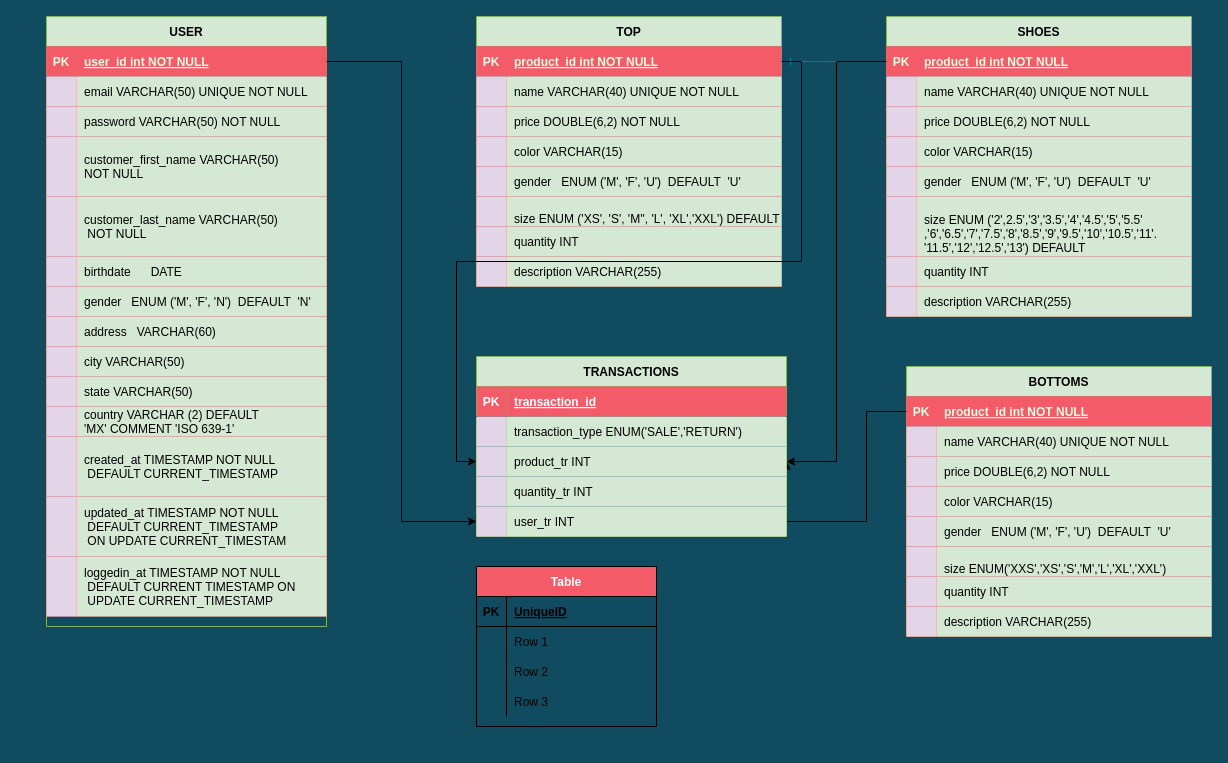
Above: Untitled Diagram.drawio in UTCh-BIS-Team/Entity-Relationship-Model (draw.io), before the change. Source tidied: cells renumbered, new cells numbered last; positions are measured from the earlier drawing's top-left corner, leaving out a move shared by most shapes. Both pictures are drawn from the tidied source at 100%, with x=0, y=0 at pixel (46, 16).
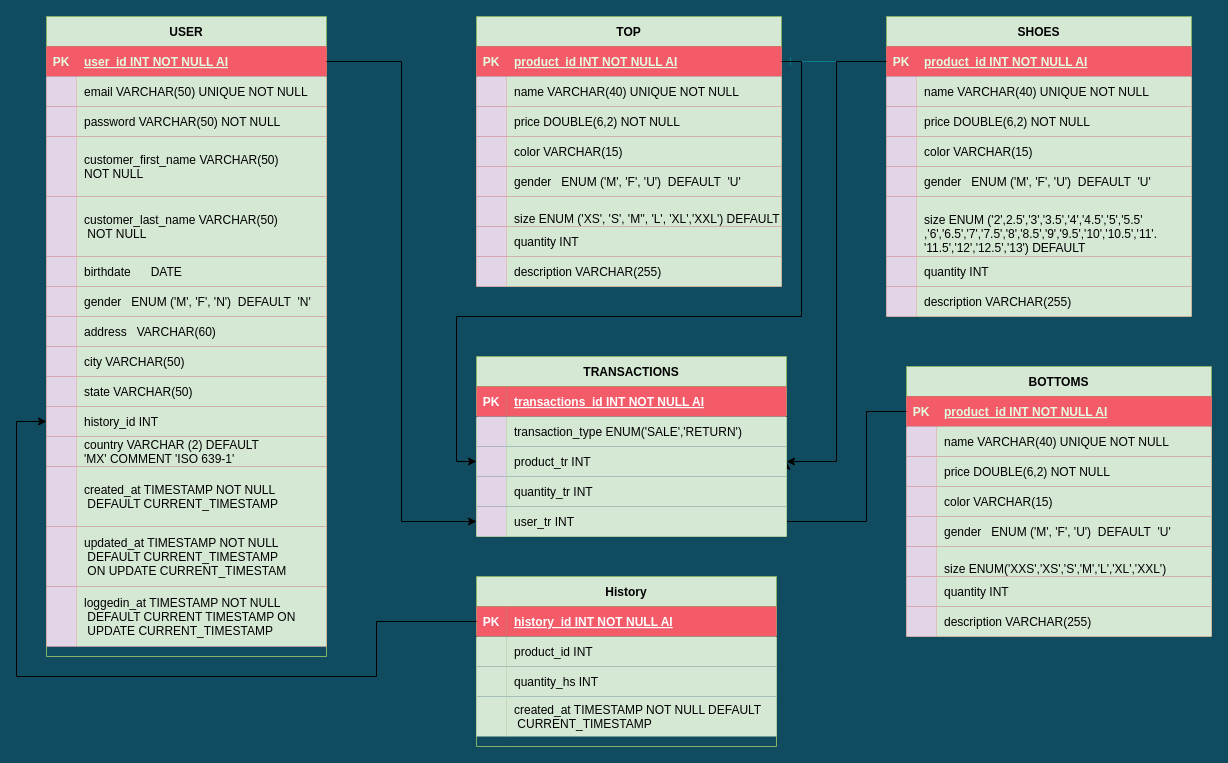
Above is the later version.

Unchanged cells that the change refers to:
```xml
<mxCell id="4" style="shape=partialRectangle;fillColor=#F45B69;points=[[0,0.5],[1,0.5]];portConstraint=eastwest;top=0;left=0;right=0;bottom=1;strokeColor=#028090;fontColor=#E4FDE1;" parent="3" vertex="1">
  <mxGeometry y="30" width="305" height="30" as="geometry" />
</mxCell>
<mxCell id="29" style="shape=partialRectangle;fillColor=#F45B69;points=[[0,0.5],[1,0.5]];portConstraint=eastwest;top=0;left=0;right=0;bottom=1;strokeColor=#028090;fontColor=#E4FDE1;" parent="28" vertex="1">
  <mxGeometry y="30" width="305" height="30" as="geometry" />
</mxCell>
<mxCell id="54" style="shape=partialRectangle;fillColor=#F45B69;points=[[0,0.5],[1,0.5]];portConstraint=eastwest;top=0;left=0;right=0;bottom=1;strokeColor=#028090;fontColor=#E4FDE1;" parent="53" vertex="1">
  <mxGeometry y="30" width="305" height="30" as="geometry" />
</mxCell>
<mxCell id="82" style="shape=partialRectangle;fillColor=#F45B69;points=[[0,0.5],[1,0.5]];portConstraint=eastwest;top=0;left=0;right=0;bottom=1;strokeColor=#028090;fontColor=#E4FDE1;" parent="81" vertex="1">
  <mxGeometry y="30" width="280" height="30" as="geometry" />
</mxCell>
<mxCell id="126" style="shape=partialRectangle;fillColor=none;top=0;left=0;bottom=1;right=0;" parent="125" vertex="1">
  <mxGeometry y="30" width="310" height="30" as="geometry" />
</mxCell>
<mxCell id="132" style="shape=partialRectangle;fillColor=none;top=0;left=0;bottom=0;right=0;points=[[0,0.5],[1,0.5]];portConstraint=eastwest;" parent="125" vertex="1">
  <mxGeometry y="90" width="310" height="30" as="geometry" />
</mxCell>
```

What changed in the source:
```diff
@@
-    <mxCell id="6" value="product_id int NOT NULL " style="shape=partialRectangle;overflow=hidden;top=0;left=0;bottom=0;right=0;align=left;spacingLeft=6;fontStyle=5;strokeColor=#028090;fontColor=#E4FDE1;fillColor=#F45B69;" parent="4" vertex="1">
+    <mxCell id="6" value="product_id INT NOT NULL AI" style="shape=partialRectangle;overflow=hidden;top=0;left=0;bottom=0;right=0;align=left;spacingLeft=6;fontStyle=5;strokeColor=#028090;fontColor=#E4FDE1;fillColor=#F45B69;" parent="4" vertex="1">
       <mxGeometry x="30" width="275" height="30" as="geometry" />
     </mxCell>
@@
-    <mxCell id="31" value="product_id int NOT NULL " style="shape=partialRectangle;overflow=hidden;fillColor=#F45B69;top=0;left=0;bottom=0;right=0;align=left;spacingLeft=6;fontStyle=5;strokeColor=#028090;fontColor=#E4FDE1;" parent="29" vertex="1">
+    <mxCell id="31" value="product_id INT NOT NULL AI" style="shape=partialRectangle;overflow=hidden;fillColor=#F45B69;top=0;left=0;bottom=0;right=0;align=left;spacingLeft=6;fontStyle=5;strokeColor=#028090;fontColor=#E4FDE1;" parent="29" vertex="1">
       <mxGeometry x="30" width="275" height="30" as="geometry" />
     </mxCell>
@@
-    <mxCell id="56" value="product_id int NOT NULL " style="shape=partialRectangle;overflow=hidden;fillColor=#F45B69;top=0;left=0;bottom=0;right=0;align=left;spacingLeft=6;fontStyle=5;strokeColor=#028090;fontColor=#E4FDE1;" parent="54" vertex="1">
+    <mxCell id="56" value="product_id INT NOT NULL AI" style="shape=partialRectangle;overflow=hidden;fillColor=#F45B69;top=0;left=0;bottom=0;right=0;align=left;spacingLeft=6;fontStyle=5;strokeColor=#028090;fontColor=#E4FDE1;" parent="54" vertex="1">
       <mxGeometry x="30" width="275" height="30" as="geometry" />
     </mxCell>
@@
     <mxCell id="79" style="edgeStyle=orthogonalEdgeStyle;rounded=0;jettySize=auto;html=1;entryX=0;entryY=0.5;entryDx=0;entryDy=0;fontColor=#FFFFFF;" parent="1" edge="1" source="29" target="132">
-      <mxGeometry relative="1" as="geometry" />
+      <mxGeometry relative="1" as="geometry">
+        <Array as="points">
+          <mxPoint x="755" y="45" />
+          <mxPoint x="755" y="300" />
+          <mxPoint x="410" y="300" />
+          <mxPoint x="410" y="445" />
+        </Array>
+      </mxGeometry>
     </mxCell>
@@
     <mxCell id="81" value="USER" style="shape=table;startSize=30;childLayout=tableLayout;rowLines=0;fontStyle=1;align=center;fillColor=#d5e8d4;strokeColor=#82b366;" parent="1" vertex="1">
-      <mxGeometry width="280" height="610" as="geometry" />
+      <mxGeometry width="280" height="640" as="geometry" />
     </mxCell>
@@
-    <mxCell id="84" value="user_id int NOT NULL " style="shape=partialRectangle;overflow=hidden;fillColor=#F45B69;top=0;left=0;bottom=0;right=0;align=left;spacingLeft=6;fontStyle=5;strokeColor=#028090;fontColor=#E4FDE1;" parent="82" vertex="1">
+    <mxCell id="84" value="user_id INT NOT NULL AI" style="shape=partialRectangle;overflow=hidden;fillColor=#F45B69;top=0;left=0;bottom=0;right=0;align=left;spacingLeft=6;fontStyle=5;strokeColor=#028090;fontColor=#E4FDE1;" parent="82" vertex="1">
       <mxGeometry x="30" width="250" height="30" as="geometry" />
     </mxCell>
@@
+    <mxCell id="154" style="shape=partialRectangle;fillColor=#F45B69;points=[[0,0.5],[1,0.5]];portConstraint=eastwest;top=0;left=0;right=0;bottom=0;strokeColor=#028090;fontColor=#E4FDE1;" parent="81" vertex="1">
+      <mxGeometry y="390" width="280" height="30" as="geometry" />
+    </mxCell>
+    <mxCell id="155" style="shape=partialRectangle;overflow=hidden;fillColor=#e1d5e7;top=0;left=0;bottom=0;right=0;strokeColor=#9673a6;" parent="154" vertex="1">
+      <mxGeometry width="30" height="30" as="geometry" />
+    </mxCell>
+    <mxCell id="156" value="history_id INT" style="shape=partialRectangle;overflow=hidden;fillColor=#d5e8d4;top=0;left=0;bottom=0;right=0;align=left;spacingLeft=6;strokeColor=#82b366;shadow=0;sketch=0;" parent="154" vertex="1">
+      <mxGeometry x="30" width="250" height="30" as="geometry" />
+    </mxCell>
     <mxCell id="112" style="shape=partialRectangle;fillColor=#F45B69;top=0;left=0;right=0;bottom=0;strokeColor=#028090;fontColor=#E4FDE1;" parent="81" vertex="1">
-      <mxGeometry y="390" width="280" height="30" as="geometry" />
+      <mxGeometry y="420" width="280" height="30" as="geometry" />
     </mxCell>
@@
     <mxCell id="115" style="shape=partialRectangle;fillColor=#F45B69;top=0;left=0;right=0;bottom=0;strokeColor=#028090;fontColor=#E4FDE1;" parent="81" vertex="1">
-      <mxGeometry y="420" width="280" height="60" as="geometry" />
+      <mxGeometry y="450" width="280" height="60" as="geometry" />
     </mxCell>
@@
     <mxCell id="118" style="shape=partialRectangle;fillColor=#F45B69;top=0;left=0;right=0;bottom=0;strokeColor=#028090;fontColor=#E4FDE1;" parent="81" vertex="1">
-      <mxGeometry y="480" width="280" height="60" as="geometry" />
+      <mxGeometry y="510" width="280" height="60" as="geometry" />
     </mxCell>
@@
     <mxCell id="121" style="shape=partialRectangle;fillColor=#F45B69;top=0;left=0;right=0;bottom=0;strokeColor=#028090;fontColor=#E4FDE1;" parent="81" vertex="1">
-      <mxGeometry y="540" width="280" height="60" as="geometry" />
+      <mxGeometry y="570" width="280" height="60" as="geometry" />
     </mxCell>
@@
-    <mxCell id="128" value="transaction_id" style="shape=partialRectangle;top=0;left=0;bottom=0;right=0;align=left;spacingLeft=6;fontStyle=5;overflow=hidden;strokeColor=#b85450;fillColor=#F45B69;fontColor=#FFFFFF;" parent="126" vertex="1">
+    <mxCell id="128" value="transactions_id INT NOT NULL AI" style="shape=partialRectangle;top=0;left=0;bottom=0;right=0;align=left;spacingLeft=6;fontStyle=5;overflow=hidden;strokeColor=#b85450;fillColor=#F45B69;fontColor=#FFFFFF;" parent="126" vertex="1">
       <mxGeometry x="30" width="280" height="30" as="geometry" />
     </mxCell>
@@
-    <mxCell id="141" value="Table" style="shape=table;startSize=30;childLayout=tableLayout;rowLines=0;fontStyle=1;align=center;fillColor=#F45B69;gradientColor=none;fontColor=#FFFFFF;" parent="1" vertex="1">
-      <mxGeometry x="430" y="550" width="180" height="160" as="geometry" />
+    <mxCell id="141" value="History" style="shape=table;startSize=30;childLayout=tableLayout;rowLines=0;fontStyle=1;align=center;fillColor=#d5e8d4;strokeColor=#82b366;" parent="1" vertex="1">
+      <mxGeometry x="430" y="560" width="300" height="170" as="geometry" />
     </mxCell>
     <mxCell id="142" style="shape=partialRectangle;fillColor=none;top=0;left=0;bottom=1;right=0;points=[[0,0.5],[1,0.5]];portConstraint=eastwest;" parent="141" vertex="1">
-      <mxGeometry y="30" width="180" height="30" as="geometry" />
+      <mxGeometry y="30" width="300" height="30" as="geometry" />
     </mxCell>
-    <mxCell id="143" value="PK" style="shape=partialRectangle;fillColor=none;top=0;left=0;bottom=0;right=0;fontStyle=1;overflow=hidden;" parent="142" vertex="1">
+    <mxCell id="143" value="PK" style="shape=partialRectangle;top=0;left=0;bottom=0;right=0;fontStyle=1;overflow=hidden;strokeColor=#82b366;fillColor=#F45B69;fontColor=#FFFFFF;" parent="142" vertex="1">
       <mxGeometry width="30" height="30" as="geometry" />
     </mxCell>
-    <mxCell id="144" value="UniqueID" style="shape=partialRectangle;fillColor=none;top=0;left=0;bottom=0;right=0;align=left;spacingLeft=6;fontStyle=5;overflow=hidden;" parent="142" vertex="1">
-      <mxGeometry x="30" width="150" height="30" as="geometry" />
+    <mxCell id="144" value="history_id INT NOT NULL AI" style="shape=partialRectangle;top=0;left=0;bottom=0;right=0;align=left;spacingLeft=6;fontStyle=5;overflow=hidden;strokeColor=#82b366;fillColor=#F45B69;fontColor=#FFFFFF;" parent="142" vertex="1">
+      <mxGeometry x="30" width="270" height="30" as="geometry" />
     </mxCell>
     <mxCell id="145" style="shape=partialRectangle;fillColor=none;top=0;left=0;bottom=0;right=0;" parent="141" vertex="1">
-      <mxGeometry y="60" width="180" height="30" as="geometry" />
+      <mxGeometry y="60" width="300" height="30" as="geometry" />
     </mxCell>
-    <mxCell id="146" style="shape=partialRectangle;fillColor=none;top=0;left=0;bottom=0;right=0;overflow=hidden;" parent="145" vertex="1">
+    <mxCell id="146" style="shape=partialRectangle;fillColor=#d5e8d4;top=0;left=0;bottom=0;right=0;overflow=hidden;strokeColor=#82b366;" parent="145" vertex="1">
       <mxGeometry width="30" height="30" as="geometry" />
     </mxCell>
-    <mxCell id="147" value="Row 1" style="shape=partialRectangle;fillColor=none;top=0;left=0;bottom=0;right=0;align=left;spacingLeft=6;overflow=hidden;" parent="145" vertex="1">
-      <mxGeometry x="30" width="150" height="30" as="geometry" />
+    <mxCell id="147" value="product_id INT" style="shape=partialRectangle;fillColor=#d5e8d4;top=0;left=0;bottom=0;right=0;align=left;spacingLeft=6;overflow=hidden;strokeColor=#82b366;" parent="145" vertex="1">
+      <mxGeometry x="30" width="270" height="30" as="geometry" />
     </mxCell>
     <mxCell id="148" style="shape=partialRectangle;fillColor=none;top=0;left=0;bottom=0;right=0;" parent="141" vertex="1">
-      <mxGeometry y="90" width="180" height="30" as="geometry" />
+      <mxGeometry y="90" width="300" height="30" as="geometry" />
     </mxCell>
-    <mxCell id="149" style="shape=partialRectangle;fillColor=none;top=0;left=0;bottom=0;right=0;overflow=hidden;" parent="148" vertex="1">
+    <mxCell id="149" style="shape=partialRectangle;fillColor=#d5e8d4;top=0;left=0;bottom=0;right=0;overflow=hidden;strokeColor=#82b366;" parent="148" vertex="1">
       <mxGeometry width="30" height="30" as="geometry" />
     </mxCell>
-    <mxCell id="150" value="Row 2" style="shape=partialRectangle;fillColor=none;top=0;left=0;bottom=0;right=0;align=left;spacingLeft=6;overflow=hidden;" parent="148" vertex="1">
-      <mxGeometry x="30" width="150" height="30" as="geometry" />
+    <mxCell id="150" value="quantity_hs INT" style="shape=partialRectangle;fillColor=#d5e8d4;top=0;left=0;bottom=0;right=0;align=left;spacingLeft=6;overflow=hidden;strokeColor=#82b366;" parent="148" vertex="1">
+      <mxGeometry x="30" width="270" height="30" as="geometry" />
     </mxCell>
     <mxCell id="151" style="shape=partialRectangle;fillColor=none;top=0;left=0;bottom=0;right=0;" parent="141" vertex="1">
-      <mxGeometry y="120" width="180" height="30" as="geometry" />
+      <mxGeometry y="120" width="300" height="40" as="geometry" />
     </mxCell>
-    <mxCell id="152" style="shape=partialRectangle;fillColor=none;top=0;left=0;bottom=0;right=0;overflow=hidden;" parent="151" vertex="1">
-      <mxGeometry width="30" height="30" as="geometry" />
+    <mxCell id="152" style="shape=partialRectangle;fillColor=#d5e8d4;top=0;left=0;bottom=0;right=0;overflow=hidden;strokeColor=#82b366;" parent="151" vertex="1">
+      <mxGeometry width="30" height="40" as="geometry" />
     </mxCell>
-    <mxCell id="153" value="Row 3" style="shape=partialRectangle;fillColor=none;top=0;left=0;bottom=0;right=0;align=left;spacingLeft=6;overflow=hidden;" parent="151" vertex="1">
-      <mxGeometry x="30" width="150" height="30" as="geometry" />
+    <mxCell id="153" value="created_at TIMESTAMP NOT NULL DEFAULT&#10; CURRENT_TIMESTAMP" style="shape=partialRectangle;fillColor=#d5e8d4;top=0;left=0;bottom=0;right=0;align=left;spacingLeft=6;overflow=hidden;strokeColor=#82b366;" parent="151" vertex="1">
+      <mxGeometry x="30" width="270" height="40" as="geometry" />
     </mxCell>
+    <mxCell id="157" style="edgeStyle=orthogonalEdgeStyle;rounded=0;jettySize=auto;html=1;entryX=0;entryY=0.5;entryDx=0;entryDy=0;fontColor=#FFFFFF;exitX=0;exitY=0.5;exitDx=0;exitDy=0;" parent="1" edge="1" source="142" target="154">
+      <mxGeometry relative="1" as="geometry">
+        <Array as="points">
+          <mxPoint x="330" y="605" />
+          <mxPoint x="330" y="660" />
+          <mxPoint x="-30" y="660" />
+          <mxPoint x="-30" y="405" />
+        </Array>
+      </mxGeometry>
+    </mxCell>
```
